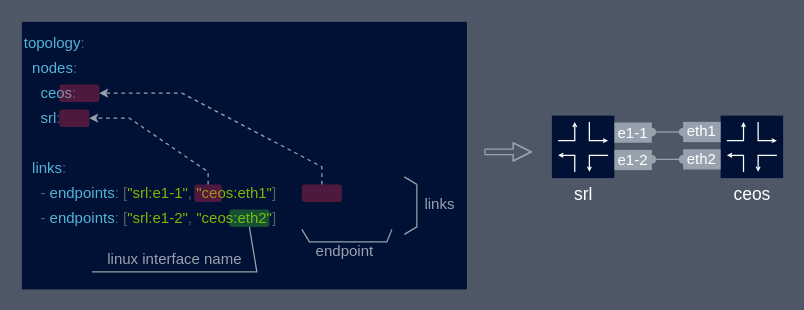
Before: page "[11] links explanation" (12 of 13) of containerlab.drawio in srl-wim/containerlab-diagrams, a draw.io diagram. Source tidied: cells renumbered, new cells numbered last; positions are measured from the earlier drawing's top-left corner, leaving out a move shared by most shapes. Both pictures are drawn from the tidied source at 125%, with x=0, y=0 at pixel (21, 21).
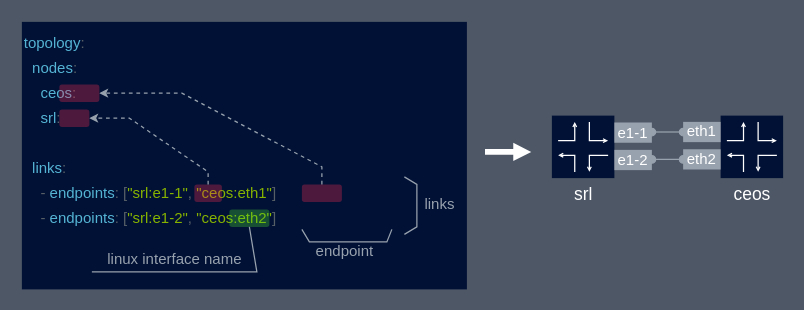
The same diagram, later.

Change to the diagram source:
```diff
@@
-    <mxCell id="38" style="shape=flexArrow;endArrow=classic;html=1;strokeColor=#98A2AE;fontColor=#98A2AE;endWidth=8.949011446409989;endSize=4.462903225806452;width=4.516129032258064;" parent="1" edge="1">
+    <mxCell id="38" style="shape=flexArrow;endArrow=classic;html=1;fontColor=#98A2AE;endWidth=8.949011446409989;endSize=4.462903225806452;width=4.516129032258064;fillColor=#ffffff;strokeColor=none;" parent="1" edge="1">
       <mxGeometry relative="1" as="geometry">
         <mxPoint x="370" y="104" as="sourcePoint" />
         <mxPoint x="408" y="104" as="targetPoint" />
         <Array as="points">
           <mxPoint x="378" y="104" />
         </Array>
       </mxGeometry>
     </mxCell>
```
